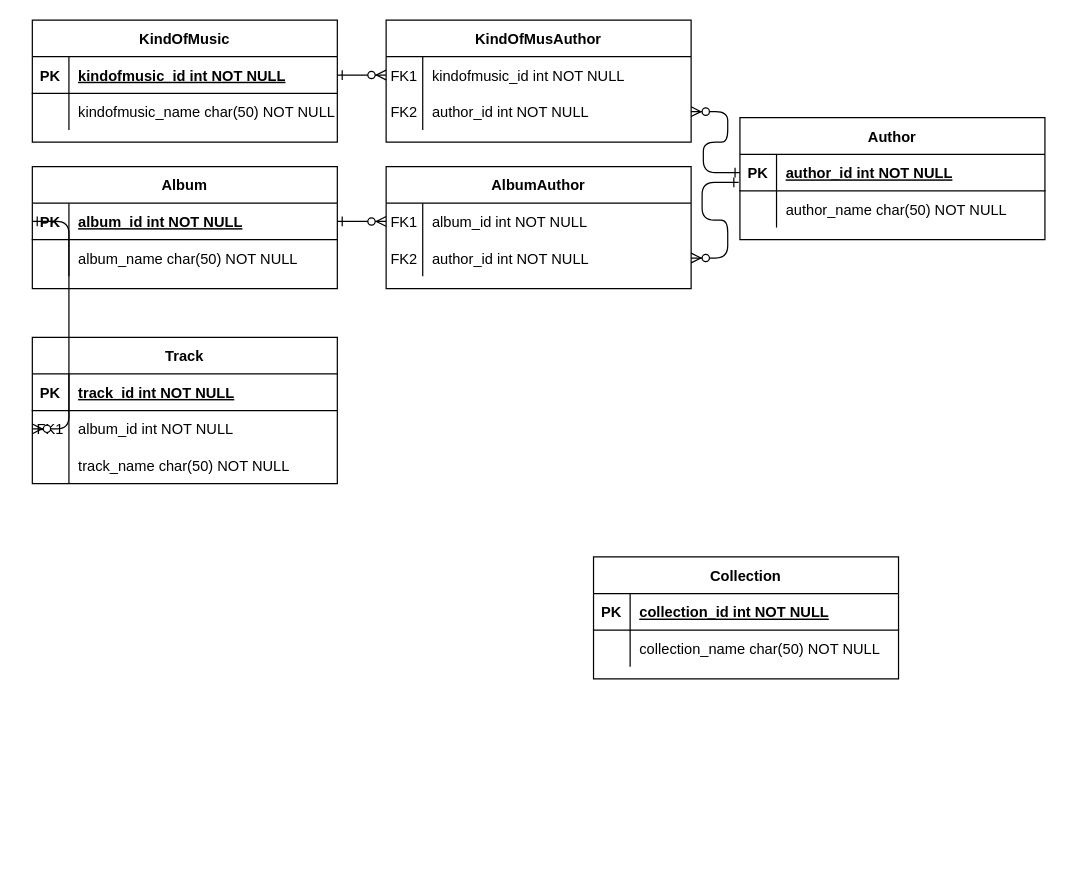
Before: MusicStore.drawio in romiraxp/DBCreation, a draw.io diagram. Source tidied: cells renumbered, new cells numbered last; positions are measured from the earlier drawing's top-left corner, leaving out a move shared by most shapes. Both pictures are drawn from the tidied source at 122%, with x=0, y=0 at pixel (32, 20).
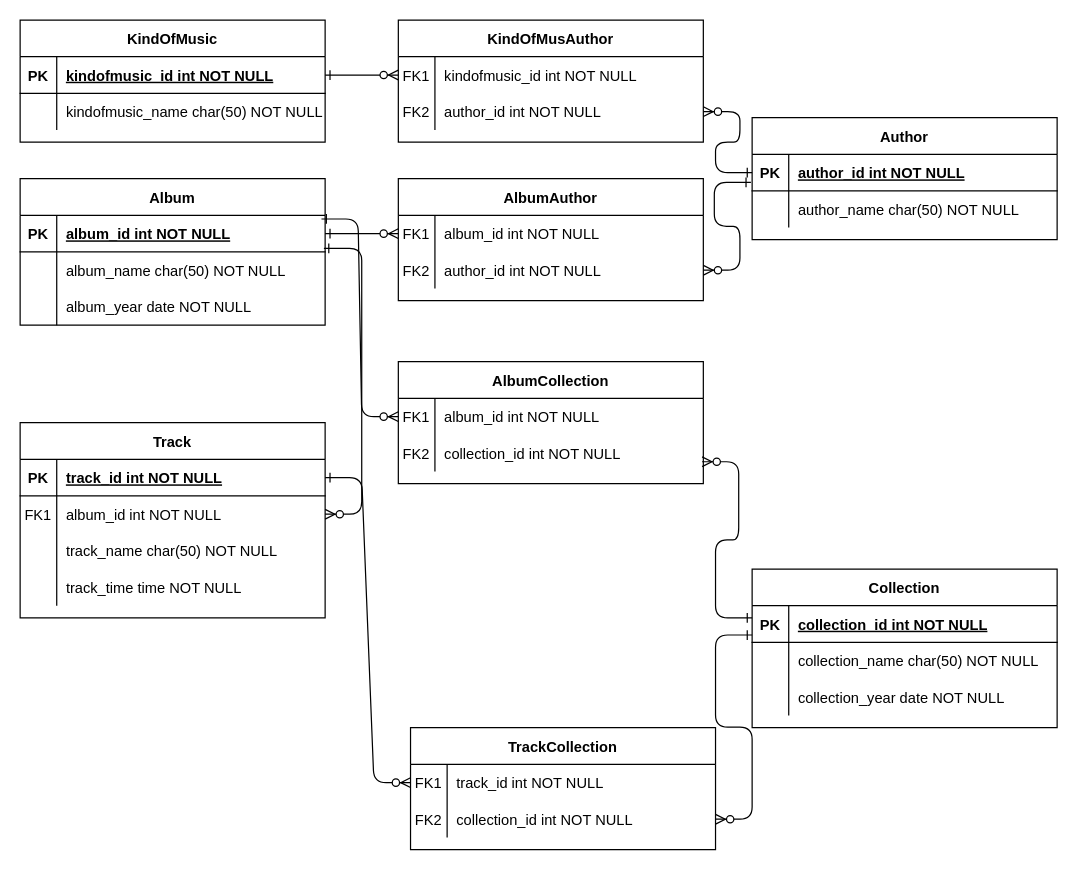
The same diagram, later.

Unchanged cells that the change refers to:
```xml
<mxCell id="3" style="shape=partialRectangle;fillColor=none;points=[[0,0.5],[1,0.5]];portConstraint=eastwest;top=0;left=0;right=0;bottom=1;" parent="2" vertex="1">
  <mxGeometry y="30" width="250" height="30" as="geometry" />
</mxCell>
<mxCell id="10" style="shape=partialRectangle;fillColor=none;points=[[0,0.5],[1,0.5]];portConstraint=eastwest;top=0;left=0;right=0;bottom=1;" parent="9" vertex="1">
  <mxGeometry y="30" width="250" height="30" as="geometry" />
</mxCell>
<mxCell id="49" style="shape=partialRectangle;fillColor=none;points=[[0,0.5],[1,0.5]];portConstraint=eastwest;top=0;left=0;right=0;bottom=1;" parent="48" vertex="1">
  <mxGeometry y="30" width="250" height="30" as="geometry" />
</mxCell>
<mxCell id="52" style="shape=partialRectangle;fillColor=none;points=[[0,0.5],[1,0.5]];portConstraint=eastwest;top=0;left=0;right=0;bottom=0;" parent="48" vertex="1">
  <mxGeometry y="60" width="250" height="30" as="geometry" />
</mxCell>
```

What changed in the source:
```diff
@@
     <mxCell id="2" value="Album" style="shape=table;startSize=30;childLayout=tableLayout;rowLines=0;fontStyle=1;align=center;" parent="1" vertex="1">
-      <mxGeometry y="120" width="250" height="100" as="geometry" />
+      <mxGeometry x="-10" y="130" width="250" height="120" as="geometry" />
     </mxCell>
@@
+    <mxCell id="59" style="shape=partialRectangle;fillColor=none;top=0;left=0;right=0;bottom=0;" parent="2" vertex="1">
+      <mxGeometry y="90" width="250" height="30" as="geometry" />
+    </mxCell>
+    <mxCell id="60" style="shape=partialRectangle;overflow=hidden;fillColor=none;top=0;left=0;bottom=0;right=0;" parent="59" vertex="1">
+      <mxGeometry width="30" height="30" as="geometry" />
+    </mxCell>
+    <mxCell id="61" value="album_year date NOT NULL" style="shape=partialRectangle;overflow=hidden;fillColor=none;top=0;left=0;bottom=0;right=0;align=left;spacingLeft=6;" parent="59" vertex="1">
+      <mxGeometry x="30" width="220" height="30" as="geometry" />
+    </mxCell>
     <mxCell id="9" value="Collection" style="shape=table;startSize=30;childLayout=tableLayout;rowLines=0;fontStyle=1;align=center;" parent="1" vertex="1">
-      <mxGeometry x="460" y="440" width="250" height="100" as="geometry" />
+      <mxGeometry x="590" y="450" width="250" height="130" as="geometry" />
     </mxCell>
@@
+    <mxCell id="62" style="shape=partialRectangle;fillColor=none;top=0;left=0;right=0;bottom=0;" parent="9" vertex="1">
+      <mxGeometry y="90" width="250" height="30" as="geometry" />
+    </mxCell>
+    <mxCell id="63" style="shape=partialRectangle;overflow=hidden;fillColor=none;top=0;left=0;bottom=0;right=0;" parent="62" vertex="1">
+      <mxGeometry width="30" height="30" as="geometry" />
+    </mxCell>
+    <mxCell id="64" value="collection_year date NOT NULL" style="shape=partialRectangle;overflow=hidden;fillColor=none;top=0;left=0;bottom=0;right=0;align=left;spacingLeft=6;" parent="62" vertex="1">
+      <mxGeometry x="30" width="220" height="30" as="geometry" />
+    </mxCell>
     <mxCell id="16" value="KindOfMusic" style="shape=table;startSize=30;childLayout=tableLayout;rowLines=0;fontStyle=1;align=center;" parent="1" vertex="1">
-      <mxGeometry width="250" height="100" as="geometry" />
+      <mxGeometry x="-10" width="250" height="100" as="geometry" />
     </mxCell>
@@
     <mxCell id="23" value="Author" style="shape=table;startSize=30;childLayout=tableLayout;rowLines=0;fontStyle=1;align=center;" parent="1" vertex="1">
-      <mxGeometry x="580" y="80" width="250" height="100" as="geometry" />
+      <mxGeometry x="590" y="80" width="250" height="100" as="geometry" />
     </mxCell>
@@
     <mxCell id="31" value="KindOfMusAuthor" style="shape=table;startSize=30;childLayout=tableLayout;rowLines=0;fontStyle=1;align=center;" parent="1" vertex="1">
-      <mxGeometry x="290" width="250" height="100" as="geometry" />
+      <mxGeometry x="300" width="250" height="100" as="geometry" />
     </mxCell>
@@
     <mxCell id="40" value="AlbumAuthor" style="shape=table;startSize=30;childLayout=tableLayout;rowLines=0;fontStyle=1;align=center;" parent="1" vertex="1">
-      <mxGeometry x="290" y="120" width="250" height="100" as="geometry" />
+      <mxGeometry x="300" y="130" width="250" height="100" as="geometry" />
     </mxCell>
@@
     <mxCell id="48" value="Track" style="shape=table;startSize=30;childLayout=tableLayout;rowLines=0;fontStyle=1;align=center;" parent="1" vertex="1">
-      <mxGeometry y="260" width="250" height="120" as="geometry" />
+      <mxGeometry x="-10" y="330" width="250" height="160" as="geometry" />
     </mxCell>
@@
+    <mxCell id="65" style="shape=partialRectangle;fillColor=none;top=0;left=0;right=0;bottom=0;" parent="48" vertex="1">
+      <mxGeometry y="120" width="250" height="30" as="geometry" />
+    </mxCell>
+    <mxCell id="66" style="shape=partialRectangle;overflow=hidden;fillColor=none;top=0;left=0;bottom=0;right=0;" parent="65" vertex="1">
+      <mxGeometry width="30" height="30" as="geometry" />
+    </mxCell>
+    <mxCell id="67" value="track_time time NOT NULL" style="shape=partialRectangle;overflow=hidden;fillColor=none;top=0;left=0;bottom=0;right=0;align=left;spacingLeft=6;" parent="65" vertex="1">
+      <mxGeometry x="30" width="220" height="30" as="geometry" />
+    </mxCell>
-    <mxCell id="58" style="edgeStyle=entityRelationEdgeStyle;endArrow=ERzeroToMany;startArrow=ERone;endFill=1;startFill=0;exitX=0;exitY=0.5;exitDx=0;exitDy=0;entryX=0;entryY=0.5;entryDx=0;entryDy=0;" parent="1" edge="1" source="3" target="52">
-      <mxGeometry relative="1" as="geometry" />
+    <mxCell id="58" style="edgeStyle=entityRelationEdgeStyle;endArrow=ERzeroToMany;startArrow=ERone;endFill=1;startFill=0;exitX=0.996;exitY=0.9;exitDx=0;exitDy=0;exitPerimeter=0;" parent="1" edge="1" source="3" target="52">
+      <mxGeometry relative="1" as="geometry">
+        <Array as="points">
+          <mxPoint x="300" y="330" />
+          <mxPoint x="290" y="370" />
+          <mxPoint x="500" y="370" />
+          <mxPoint x="490" y="400" />
+          <mxPoint x="380" y="400" />
+        </Array>
+      </mxGeometry>
     </mxCell>
+    <mxCell id="68" value="AlbumCollection" style="shape=table;startSize=30;childLayout=tableLayout;rowLines=0;fontStyle=1;align=center;" parent="1" vertex="1">
+      <mxGeometry x="300" y="280" width="250" height="100" as="geometry" />
+    </mxCell>
+    <mxCell id="69" style="shape=partialRectangle;fillColor=none;points=[[0,0.5],[1,0.5]];portConstraint=eastwest;top=0;left=0;right=0;bottom=0;" parent="68" vertex="1">
+      <mxGeometry y="30" width="250" height="30" as="geometry" />
+    </mxCell>
+    <mxCell id="70" value="FK1" style="shape=partialRectangle;overflow=hidden;fillColor=none;top=0;left=0;bottom=0;right=0;" parent="69" vertex="1">
+      <mxGeometry width="30" height="30" as="geometry" />
+    </mxCell>
+    <mxCell id="71" value="album_id int NOT NULL" style="shape=partialRectangle;overflow=hidden;fillColor=none;top=0;left=0;bottom=0;right=0;align=left;spacingLeft=6;fontStyle=0;" parent="69" vertex="1">
+      <mxGeometry x="30" width="220" height="30" as="geometry" />
+    </mxCell>
+    <mxCell id="72" style="shape=partialRectangle;fillColor=none;points=[[0,0.5],[1,0.5]];portConstraint=eastwest;top=0;left=0;right=0;bottom=0;" parent="68" vertex="1">
+      <mxGeometry y="60" width="250" height="30" as="geometry" />
+    </mxCell>
+    <mxCell id="73" value="FK2" style="shape=partialRectangle;overflow=hidden;fillColor=none;top=0;left=0;bottom=0;right=0;" parent="72" vertex="1">
+      <mxGeometry width="30" height="30" as="geometry" />
+    </mxCell>
+    <mxCell id="74" value="collection_id int NOT NULL" style="shape=partialRectangle;overflow=hidden;fillColor=none;top=0;left=0;bottom=0;right=0;align=left;spacingLeft=6;" parent="72" vertex="1">
+      <mxGeometry x="30" width="220" height="30" as="geometry" />
+    </mxCell>
+    <mxCell id="75" value="TrackCollection" style="shape=table;startSize=30;childLayout=tableLayout;rowLines=0;fontStyle=1;align=center;" parent="1" vertex="1">
+      <mxGeometry x="310" y="580" width="250" height="100" as="geometry" />
+    </mxCell>
+    <mxCell id="76" style="shape=partialRectangle;fillColor=none;points=[[0,0.5],[1,0.5]];portConstraint=eastwest;top=0;left=0;right=0;bottom=0;" parent="75" vertex="1">
+      <mxGeometry y="30" width="250" height="30" as="geometry" />
+    </mxCell>
+    <mxCell id="77" value="FK1" style="shape=partialRectangle;overflow=hidden;fillColor=none;top=0;left=0;bottom=0;right=0;" parent="76" vertex="1">
+      <mxGeometry width="30" height="30" as="geometry" />
+    </mxCell>
+    <mxCell id="78" value="track_id int NOT NULL" style="shape=partialRectangle;overflow=hidden;fillColor=none;top=0;left=0;bottom=0;right=0;align=left;spacingLeft=6;fontStyle=0;" parent="76" vertex="1">
+      <mxGeometry x="30" width="220" height="30" as="geometry" />
+    </mxCell>
+    <mxCell id="79" style="shape=partialRectangle;fillColor=none;points=[[0,0.5],[1,0.5]];portConstraint=eastwest;top=0;left=0;right=0;bottom=0;" parent="75" vertex="1">
+      <mxGeometry y="60" width="250" height="30" as="geometry" />
+    </mxCell>
+    <mxCell id="80" value="FK2" style="shape=partialRectangle;overflow=hidden;fillColor=none;top=0;left=0;bottom=0;right=0;" parent="79" vertex="1">
+      <mxGeometry width="30" height="30" as="geometry" />
+    </mxCell>
+    <mxCell id="81" value="collection_id int NOT NULL" style="shape=partialRectangle;overflow=hidden;fillColor=none;top=0;left=0;bottom=0;right=0;align=left;spacingLeft=6;" parent="79" vertex="1">
+      <mxGeometry x="30" width="220" height="30" as="geometry" />
+    </mxCell>
+    <mxCell id="82" style="edgeStyle=entityRelationEdgeStyle;endArrow=ERzeroToMany;startArrow=ERone;endFill=1;startFill=0;exitX=0;exitY=0.333;exitDx=0;exitDy=0;entryX=0.996;entryY=0.733;entryDx=0;entryDy=0;entryPerimeter=0;exitPerimeter=0;" parent="1" edge="1" source="10" target="72">
+      <mxGeometry relative="1" as="geometry">
+        <Array as="points">
+          <mxPoint x="440" y="450" />
+          <mxPoint x="430" y="490" />
+          <mxPoint x="640" y="490" />
+          <mxPoint x="630" y="520" />
+          <mxPoint x="520" y="520" />
+        </Array>
+      </mxGeometry>
+    </mxCell>
+    <mxCell id="83" style="edgeStyle=entityRelationEdgeStyle;endArrow=ERzeroToMany;startArrow=ERone;endFill=1;startFill=0;exitX=0.988;exitY=0.1;exitDx=0;exitDy=0;exitPerimeter=0;" parent="1" edge="1" source="3" target="69">
+      <mxGeometry relative="1" as="geometry">
+        <Array as="points">
+          <mxPoint x="350" y="400" />
+          <mxPoint x="610" y="370" />
+          <mxPoint x="340" y="440" />
+          <mxPoint x="550" y="440" />
+          <mxPoint x="540" y="470" />
+          <mxPoint x="430" y="470" />
+        </Array>
+      </mxGeometry>
+    </mxCell>
+    <mxCell id="84" style="edgeStyle=entityRelationEdgeStyle;endArrow=ERzeroToMany;startArrow=ERone;endFill=1;startFill=0;entryX=1;entryY=0.5;entryDx=0;entryDy=0;exitX=0;exitY=0.8;exitDx=0;exitDy=0;exitPerimeter=0;" parent="1" edge="1" source="10" target="79">
+      <mxGeometry relative="1" as="geometry">
+        <Array as="points">
+          <mxPoint x="610" y="560" />
+          <mxPoint x="600" y="600" />
+          <mxPoint x="810" y="600" />
+          <mxPoint x="800" y="630" />
+          <mxPoint x="690" y="630" />
+        </Array>
+      </mxGeometry>
+    </mxCell>
+    <mxCell id="85" style="edgeStyle=entityRelationEdgeStyle;endArrow=ERzeroToMany;startArrow=ERone;endFill=1;startFill=0;exitX=1;exitY=0.5;exitDx=0;exitDy=0;" parent="1" edge="1" source="49" target="76">
+      <mxGeometry relative="1" as="geometry">
+        <Array as="points">
+          <mxPoint x="480" y="530" />
+          <mxPoint x="470" y="570" />
+          <mxPoint x="680" y="570" />
+          <mxPoint x="670" y="600" />
+          <mxPoint x="560" y="600" />
+        </Array>
+      </mxGeometry>
+    </mxCell>
```
